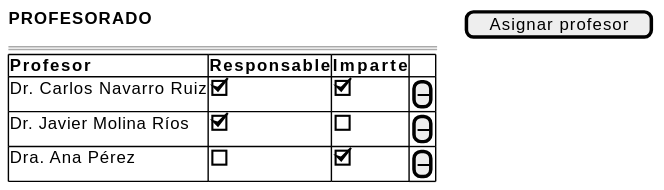
mmasias/pyCeldaPublico keeps this PlantUML diagram as images/RUP/01-requisitos/03-detalle-casos-uso/cambiarRolesProfesorAsignaturaPrograma/wireframe.svg. Above is the earlier version.
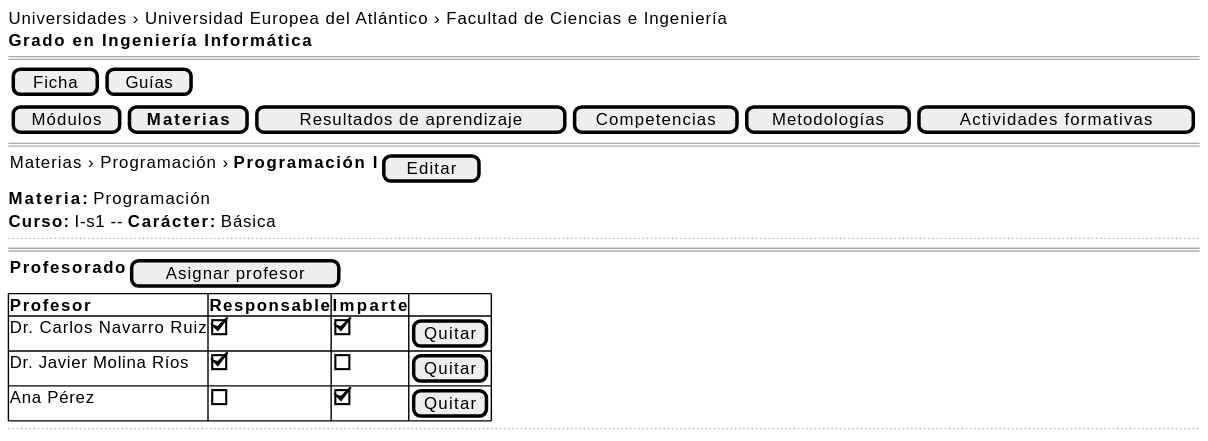
After the commit.

What changed in the source:
```diff
@@ -1,12 +1,23 @@
 @startsalt cambiarRolesProfesorAsignaturaPrograma-wireframe
 {
-    <b>PROFESORADO</b> | . | . | . | [Asignar profesor]
+    Universidades › Universidad Europea del Atlántico › Facultad de Ciencias e Ingeniería
+    <b>Grado en Ingeniería Informática</b>
     ====
+    { [ Ficha ] | [ Guías ] }
+    { [ Módulos ] | [ <b>Materias</b> ] | [ Resultados de aprendizaje ] | [ Competencias ] | [ Metodologías ] | [ Actividades formativas ] }
+    ====
+    { Materias › Programación › <b>Programación I</b> | [ Editar ] }
+    <b>Materia:</b> Programación
+    <b>Curso:</b> I-s1 -- <b>Carácter:</b> Básica
+    ..
+    ====
+    { <b>Profesorado</b> | [ Asignar profesor ] }
     {#
         <b>Profesor</b> | <b>Responsable</b> | <b>Imparte</b> | .
-        Dr. Carlos Navarro Ruiz | [X] | [X] | [➖]
-        Dr. Javier Molina Ríos | [X] | [ ] | [➖]
-        Dra. Ana Pérez | [ ] | [X] | [➖]
+        Dr. Carlos Navarro Ruiz | [X] | [X] | [Quitar]
+        Dr. Javier Molina Ríos | [X] | [ ] | [Quitar]
+        Ana Pérez | [ ] | [X] | [Quitar]
     }
+    ..
 }
 @endsalt
```
